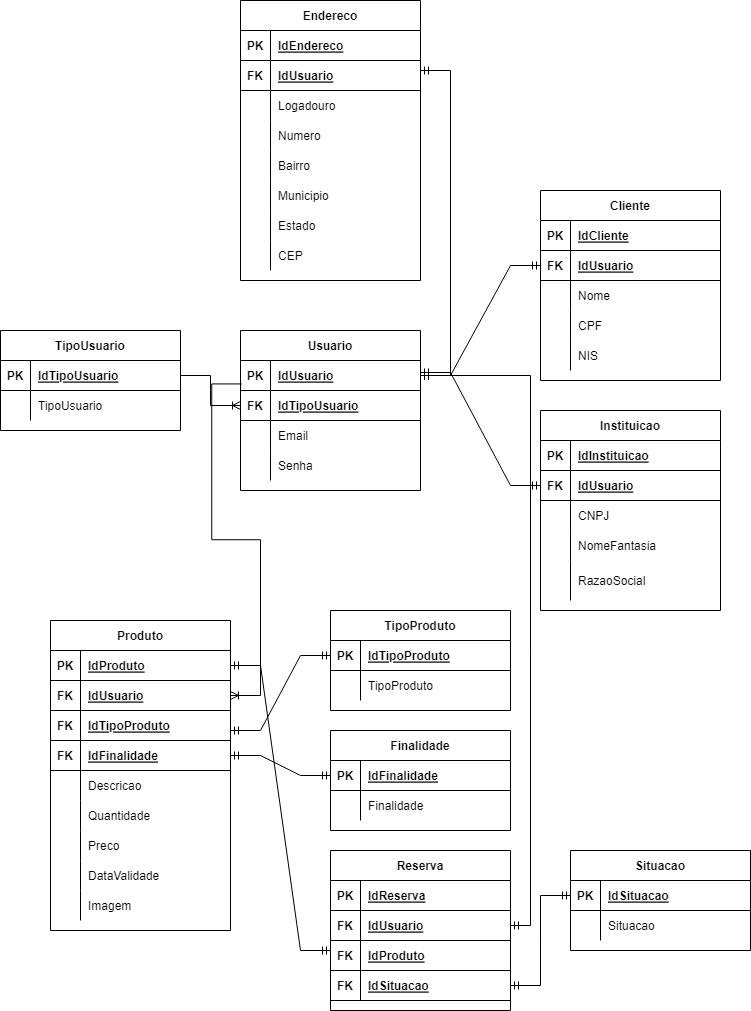
The draw.io diagram Materiais/Modelagens/ModeloLogico.drawio.png in Leonardo-Souza-de-Castro/Projeto-Ofertas, before a commit. Source tidied: cells renumbered, new cells last; positions are measured from the earlier drawing's top-left corner, leaving out a move shared by most shapes.
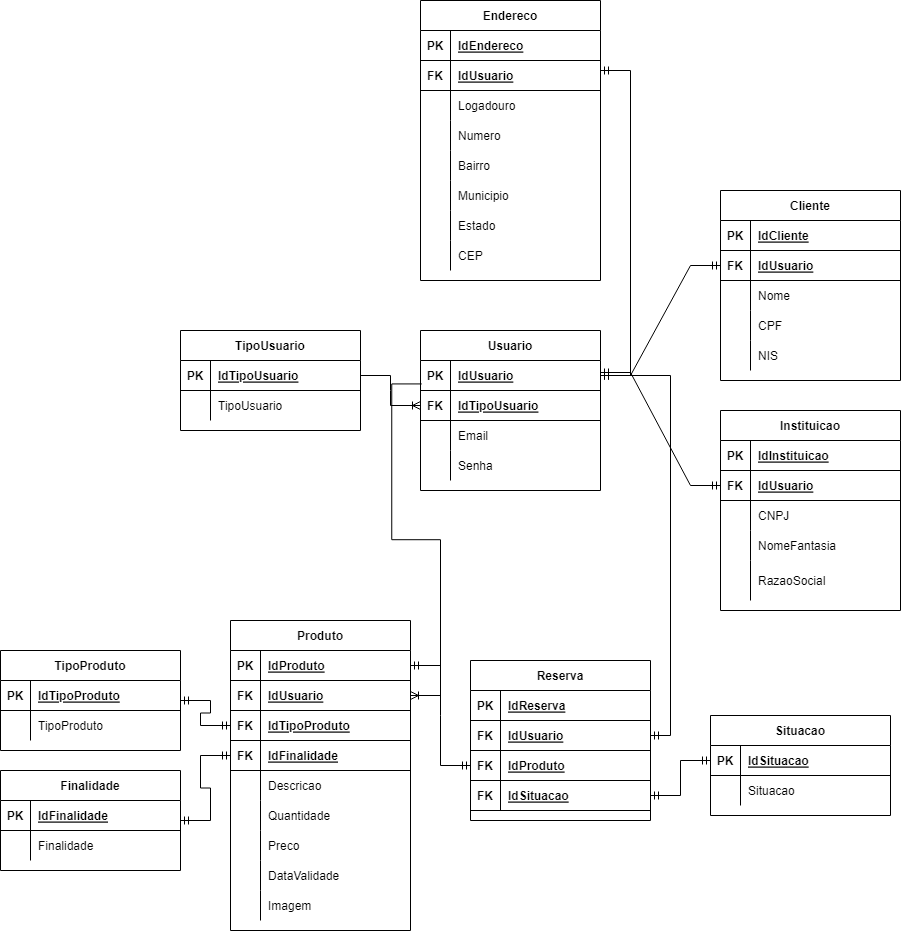
After the commit.

Change to the diagram source:
```diff
@@ -318,7 +318,7 @@
       <mxGeometry x="30" width="150" height="30" as="geometry" />
     </mxCell>
     <mxCell id="107" value="TipoProduto" style="shape=table;startSize=30;rowLines=0;fontStyle=1;align=center;" parent="1" vertex="1">
-      <mxGeometry x="330" y="610" width="180" height="100" as="geometry" />
+      <mxGeometry x="-180" y="650" width="180" height="100" as="geometry" />
     </mxCell>
     <mxCell id="108" style="shape=tableRow;horizontal=0;startSize=0;swimlaneHead=0;swimlaneBody=0;fillColor=none;points=[[0,0.5],[1,0.5]];portConstraint=eastwest;top=0;left=0;right=0;bottom=1;" parent="107" vertex="1">
       <mxGeometry y="30" width="180" height="30" as="geometry" />
@@ -339,7 +339,7 @@
       <mxGeometry x="30" width="150" height="30" as="geometry" />
     </mxCell>
     <mxCell id="114" value="Finalidade" style="shape=table;startSize=30;rowLines=0;fontStyle=1;align=center;" parent="1" vertex="1">
-      <mxGeometry x="330" y="730" width="180" height="100" as="geometry" />
+      <mxGeometry x="-180" y="770" width="180" height="100" as="geometry" />
     </mxCell>
     <mxCell id="115" style="shape=tableRow;horizontal=0;startSize=0;swimlaneHead=0;swimlaneBody=0;fillColor=none;points=[[0,0.5],[1,0.5]];portConstraint=eastwest;top=0;left=0;right=0;bottom=1;" parent="114" vertex="1">
       <mxGeometry y="30" width="180" height="30" as="geometry" />
@@ -360,7 +360,7 @@
       <mxGeometry x="30" width="150" height="30" as="geometry" />
     </mxCell>
     <mxCell id="121" value="Reserva" style="shape=table;startSize=30;rowLines=0;fontStyle=1;align=center;" parent="1" vertex="1">
-      <mxGeometry x="330" y="850" width="180" height="160" as="geometry" />
+      <mxGeometry x="290" y="660" width="180" height="160" as="geometry" />
     </mxCell>
     <mxCell id="122" style="shape=tableRow;horizontal=0;startSize=0;swimlaneHead=0;swimlaneBody=0;fillColor=none;top=0;left=0;right=0;bottom=1;" parent="121" vertex="1">
       <mxGeometry y="30" width="180" height="30" as="geometry" />
@@ -399,7 +399,7 @@
       <mxGeometry x="30" width="150" height="30" as="geometry" />
     </mxCell>
     <mxCell id="134" value="Situacao" style="shape=table;startSize=30;rowLines=0;fontStyle=1;align=center;" parent="1" vertex="1">
-      <mxGeometry x="570" y="850" width="180" height="100" as="geometry" />
+      <mxGeometry x="530" y="715" width="180" height="100" as="geometry" />
     </mxCell>
     <mxCell id="135" style="shape=tableRow;horizontal=0;startSize=0;swimlaneHead=0;swimlaneBody=0;fillColor=none;points=[[0,0.5],[1,0.5]];portConstraint=eastwest;top=0;left=0;right=0;bottom=1;" parent="134" vertex="1">
       <mxGeometry y="30" width="180" height="30" as="geometry" />
@@ -436,18 +436,11 @@
     <mxCell id="145" style="edgeStyle=entityRelationEdgeStyle;fontSize=12;html=1;endArrow=ERmandOne;startArrow=ERmandOne;rounded=0;entryX=0;entryY=0.5;entryDx=0;entryDy=0;exitX=1;exitY=0.5;exitDx=0;exitDy=0;" parent="1" edge="1" source="131" target="135">
       <mxGeometry relative="1" as="geometry" />
     </mxCell>
-    <mxCell id="146" style="edgeStyle=entityRelationEdgeStyle;fontSize=12;html=1;endArrow=ERmandOne;startArrow=ERmandOne;rounded=0;entryX=0;entryY=0.5;entryDx=0;entryDy=0;" parent="1" edge="1" target="108">
-      <mxGeometry relative="1" as="geometry">
-        <mxPoint x="230" y="730" as="sourcePoint" />
-      </mxGeometry>
-    </mxCell>
-    <mxCell id="147" style="edgeStyle=entityRelationEdgeStyle;fontSize=12;html=1;endArrow=ERmandOne;startArrow=ERmandOne;rounded=0;entryX=0;entryY=0.5;entryDx=0;entryDy=0;exitX=1;exitY=0.5;exitDx=0;exitDy=0;" parent="1" edge="1" source="89" target="115">
+    <mxCell id="147" style="edgeStyle=entityRelationEdgeStyle;fontSize=12;html=1;endArrow=ERmandOne;startArrow=ERmandOne;rounded=0;entryX=1;entryY=0.5;entryDx=0;entryDy=0;exitX=0;exitY=0.5;exitDx=0;exitDy=0;" parent="1" edge="1" source="89" target="114">
       <mxGeometry relative="1" as="geometry" />
     </mxCell>
-    <mxCell id="148" style="edgeStyle=entityRelationEdgeStyle;fontSize=12;html=1;endArrow=ERmandOne;startArrow=ERmandOne;rounded=0;exitX=1;exitY=0.5;exitDx=0;exitDy=0;" parent="1" edge="1" source="80">
-      <mxGeometry relative="1" as="geometry">
-        <mxPoint x="330" y="950" as="targetPoint" />
-      </mxGeometry>
+    <mxCell id="148" style="edgeStyle=entityRelationEdgeStyle;fontSize=12;html=1;endArrow=ERmandOne;startArrow=ERmandOne;rounded=0;exitX=1;exitY=0.5;exitDx=0;exitDy=0;entryX=0;entryY=0.5;entryDx=0;entryDy=0;" parent="1" edge="1" source="80" target="128">
+      <mxGeometry relative="1" as="geometry" />
     </mxCell>
     <mxCell id="149" style="edgeStyle=entityRelationEdgeStyle;fontSize=12;html=1;endArrow=ERoneToMany;rounded=0;entryX=1;entryY=0.5;entryDx=0;entryDy=0;exitX=0.007;exitY=-0.219;exitDx=0;exitDy=0;exitPerimeter=0;" parent="1" edge="1" source="13" target="83">
       <mxGeometry relative="1" as="geometry" />
@@ -455,5 +448,10 @@
     <mxCell id="150" style="edgeStyle=orthogonalEdgeStyle;rounded=0;jettySize=auto;html=1;entryX=1;entryY=0.5;entryDx=0;entryDy=0;endArrow=ERmandOne;endFill=0;startArrow=ERmandOne;startFill=0;" parent="1" edge="1" source="10" target="125">
       <mxGeometry relative="1" as="geometry" />
     </mxCell>
+    <mxCell id="151" style="edgeStyle=entityRelationEdgeStyle;fontSize=12;html=1;endArrow=ERmandOne;startArrow=ERmandOne;rounded=0;entryX=0;entryY=0.5;entryDx=0;entryDy=0;exitX=0;exitY=0.5;exitDx=0;exitDy=0;" parent="1" edge="1" target="86">
+      <mxGeometry relative="1" as="geometry">
+        <mxPoint y="700" as="sourcePoint" />
+      </mxGeometry>
+    </mxCell>
   </root>
 </mxGraphModel>
```
